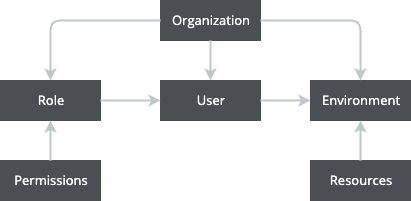
Above: rbac/roles_chart.png in sweetsweetstefan/cloudmc-cloudca-kb (draw.io), before the change. Source tidied: cells renumbered, new cells last; positions are measured from the earlier drawing's top-left corner, leaving out a move shared by most shapes.
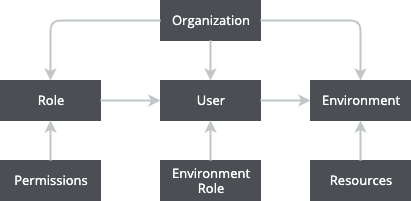
Above is the later version.

Commit message:
Filled out more to the roles diagram and also changed wording in the Custom Roles section

What changed in the source:
```diff
@@ -41,5 +41,11 @@
     <mxCell id="14" style="fontSize=12;html=1;endArrow=none;startArrow=classic;exitX=0.5;exitY=1;exitDx=0;exitDy=0;entryX=0.5;entryY=0;entryDx=0;entryDy=0;rounded=1;strokeColor=#C1C6C8;strokeWidth=2;startFill=1;endFill=0;edgeStyle=orthogonalEdgeStyle;" parent="1" edge="1" source="10" target="13">
       <mxGeometry relative="1" as="geometry" />
     </mxCell>
+    <mxCell id="15" value="Environment Role" style="whiteSpace=wrap;html=1;align=center;fillColor=#4B4F54;strokeColor=#4B4F54;strokeWidth=1;fontFamily=Open Sans;fontSize=13;fontColor=#FFFFFF;" parent="1" vertex="1">
+      <mxGeometry x="160" y="160" width="100" height="40" as="geometry" />
+    </mxCell>
+    <mxCell id="16" style="fontSize=12;html=1;endArrow=classic;startArrow=none;exitX=0.5;exitY=0;exitDx=0;exitDy=0;entryX=0.5;entryY=1;entryDx=0;entryDy=0;strokeColor=#C1C6C8;strokeWidth=2;startFill=0;endFill=1;" parent="1" edge="1" source="15" target="4">
+      <mxGeometry relative="1" as="geometry" />
+    </mxCell>
   </root>
 </mxGraphModel>
```
